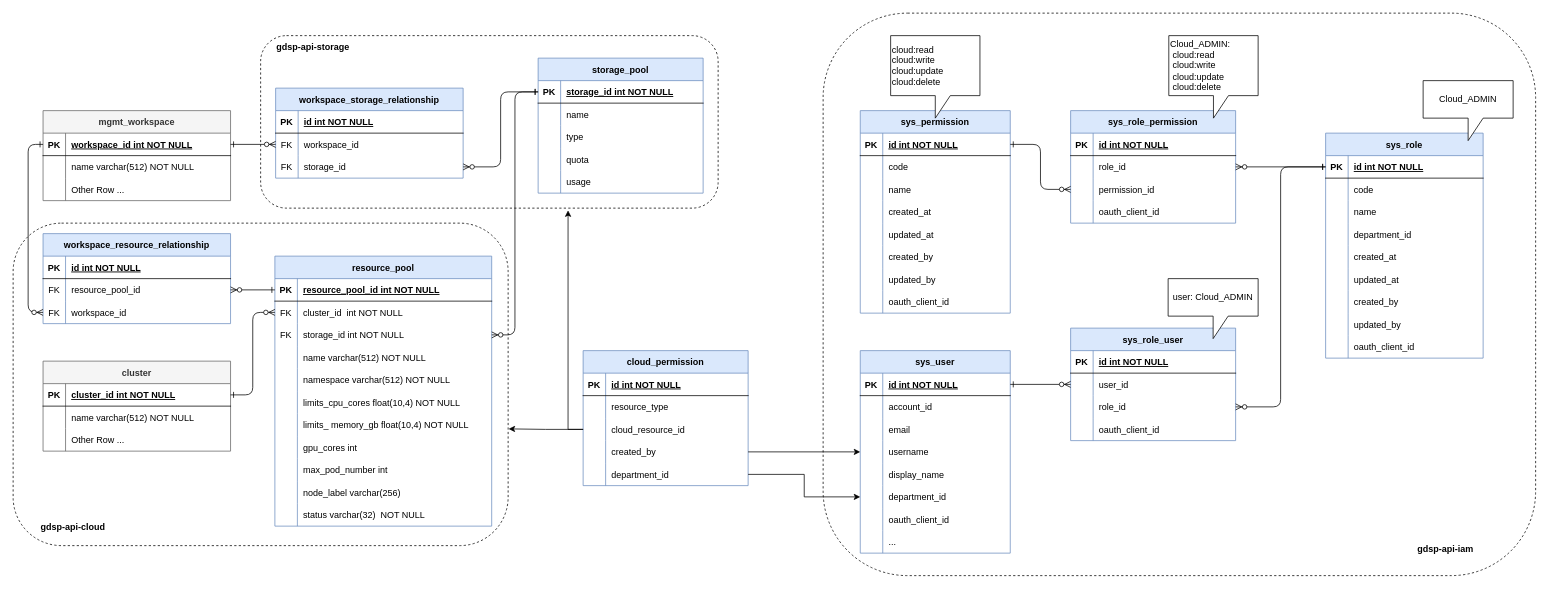
Earlier version of the draw.io diagram page "ER-graph" (3 of 6) of Resource_Pool2.drawio (LiuJin1203/graph). Source tidied: cells renumbered, new cells numbered last; positions are measured from the earlier drawing's top-left corner, leaving out a move shared by most shapes. Both pictures are drawn from the tidied source at 75%, with x=0, y=0 at pixel (13, 13).
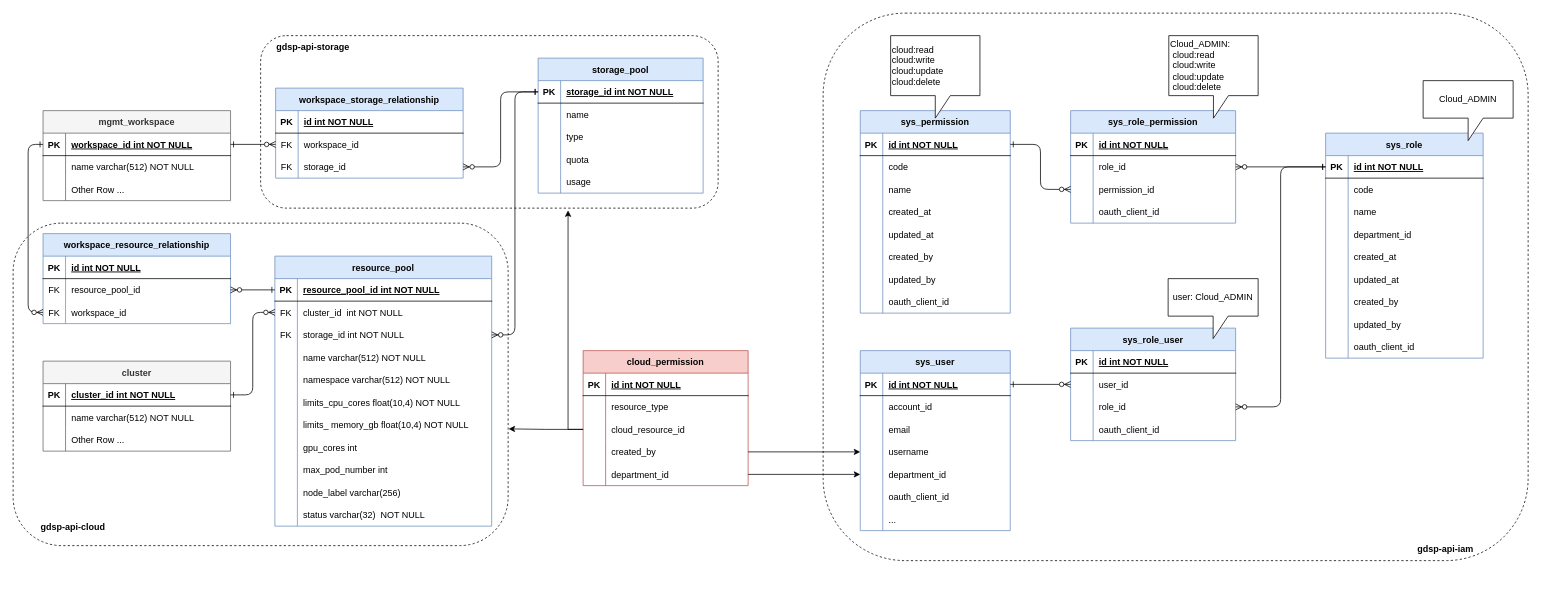
After the change.

Commit message:
Update cloud permission

The edit, as a diff of the source:
```diff
@@
     <mxCell id="2" style="rounded=1;whiteSpace=wrap;html=1;strokeColor=#000000;fillColor=none;dashed=1;" parent="1" vertex="1">
-      <mxGeometry x="1080" width="950" height="750" as="geometry" />
+      <mxGeometry x="1080" width="940" height="730" as="geometry" />
     </mxCell>
@@
-    <mxCell id="103" value="cloud_permission" style="shape=table;startSize=30;childLayout=tableLayout;rowLines=0;fontStyle=1;align=center;fillColor=#dae8fc;strokeColor=#6c8ebf;" parent="1" vertex="1">
+    <mxCell id="103" value="cloud_permission" style="shape=table;startSize=30;childLayout=tableLayout;rowLines=0;fontStyle=1;align=center;fillColor=#f8cecc;strokeColor=#b85450;" parent="1" vertex="1">
       <mxGeometry x="760" y="450" width="220" height="180" as="geometry" />
     </mxCell>
@@
     <mxCell id="201" value="sys_user" style="shape=table;startSize=30;childLayout=tableLayout;rowLines=0;fontStyle=1;align=center;fillColor=#dae8fc;strokeColor=#6c8ebf;" parent="1" vertex="1">
-      <mxGeometry x="1129.5" y="450" width="200" height="270" as="geometry" />
+      <mxGeometry x="1129.5" y="450" width="200" height="240" as="geometry" />
     </mxCell>
@@
-    <mxCell id="214" style="shape=tableRow;horizontal=0;startSize=0;swimlaneHead=0;swimlaneBody=0;fillColor=none;top=0;left=0;right=0;bottom=0;" parent="201" vertex="1">
-      <mxGeometry y="150" width="200" height="30" as="geometry" />
-    </mxCell>
-    <mxCell id="215" style="shape=partialRectangle;fillColor=none;top=0;left=0;bottom=0;right=0;overflow=hidden;" parent="214" vertex="1">
-      <mxGeometry width="30" height="30" as="geometry" />
-    </mxCell>
-    <mxCell id="216" value="display_name" style="shape=partialRectangle;fillColor=none;top=0;left=0;bottom=0;right=0;align=left;spacingLeft=6;overflow=hidden;" parent="214" vertex="1">
-      <mxGeometry x="30" width="170" height="30" as="geometry" />
-    </mxCell>
     <mxCell id="217" style="shape=tableRow;horizontal=0;startSize=0;swimlaneHead=0;swimlaneBody=0;fillColor=none;points=[[0,0.5],[1,0.5]];portConstraint=eastwest;top=0;left=0;right=0;bottom=0;" parent="201" vertex="1">
-      <mxGeometry y="180" width="200" height="30" as="geometry" />
+      <mxGeometry y="150" width="200" height="30" as="geometry" />
     </mxCell>
@@
     <mxCell id="220" style="shape=tableRow;horizontal=0;startSize=0;swimlaneHead=0;swimlaneBody=0;fillColor=none;top=0;left=0;right=0;bottom=0;" parent="201" vertex="1">
-      <mxGeometry y="210" width="200" height="30" as="geometry" />
+      <mxGeometry y="180" width="200" height="30" as="geometry" />
     </mxCell>
@@
     <mxCell id="223" style="shape=tableRow;horizontal=0;startSize=0;swimlaneHead=0;swimlaneBody=0;fillColor=none;top=0;left=0;right=0;bottom=0;" parent="201" vertex="1">
-      <mxGeometry y="240" width="200" height="30" as="geometry" />
+      <mxGeometry y="210" width="200" height="30" as="geometry" />
     </mxCell>
```
